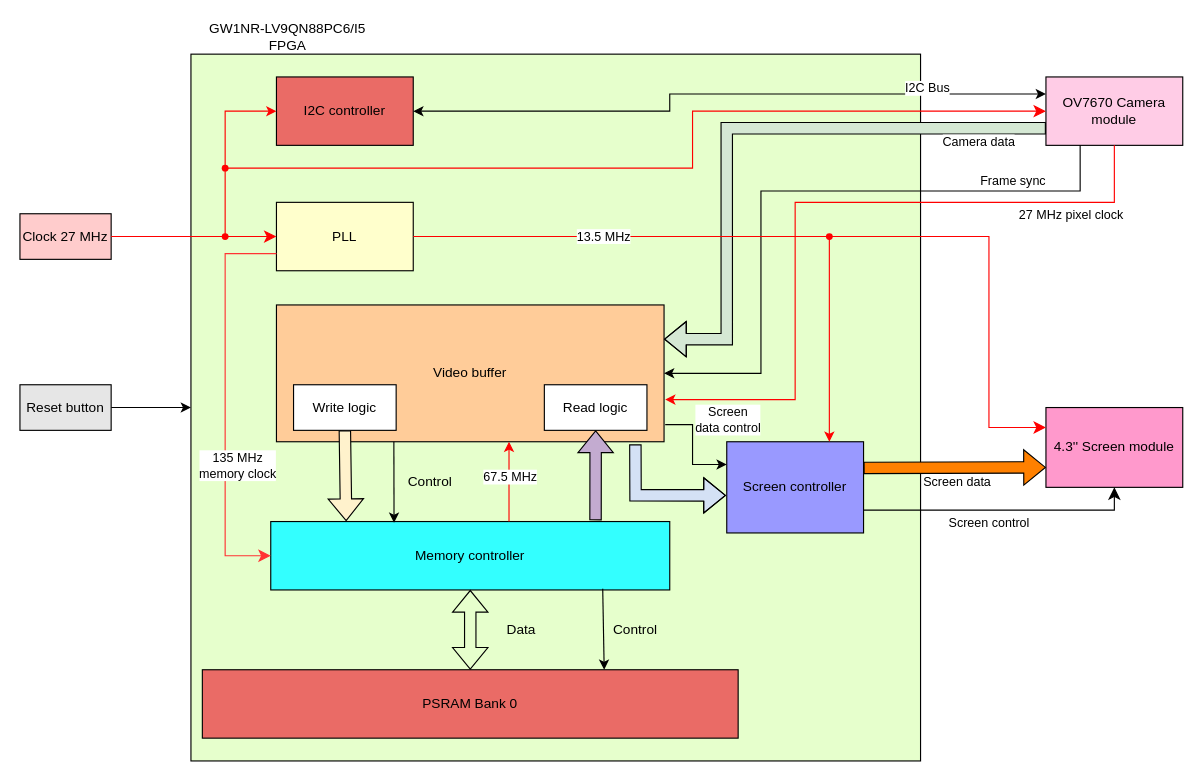
Before: doc/system_structure.drawio in phoenix367/tang_nano_9K_ov7670, a draw.io diagram. Source tidied: cells renumbered, new cells numbered last; positions are measured from the earlier drawing's top-left corner, leaving out a move shared by most shapes. Both pictures are drawn from the tidied source at 114%, with x=0, y=0 at pixel (19, 19).
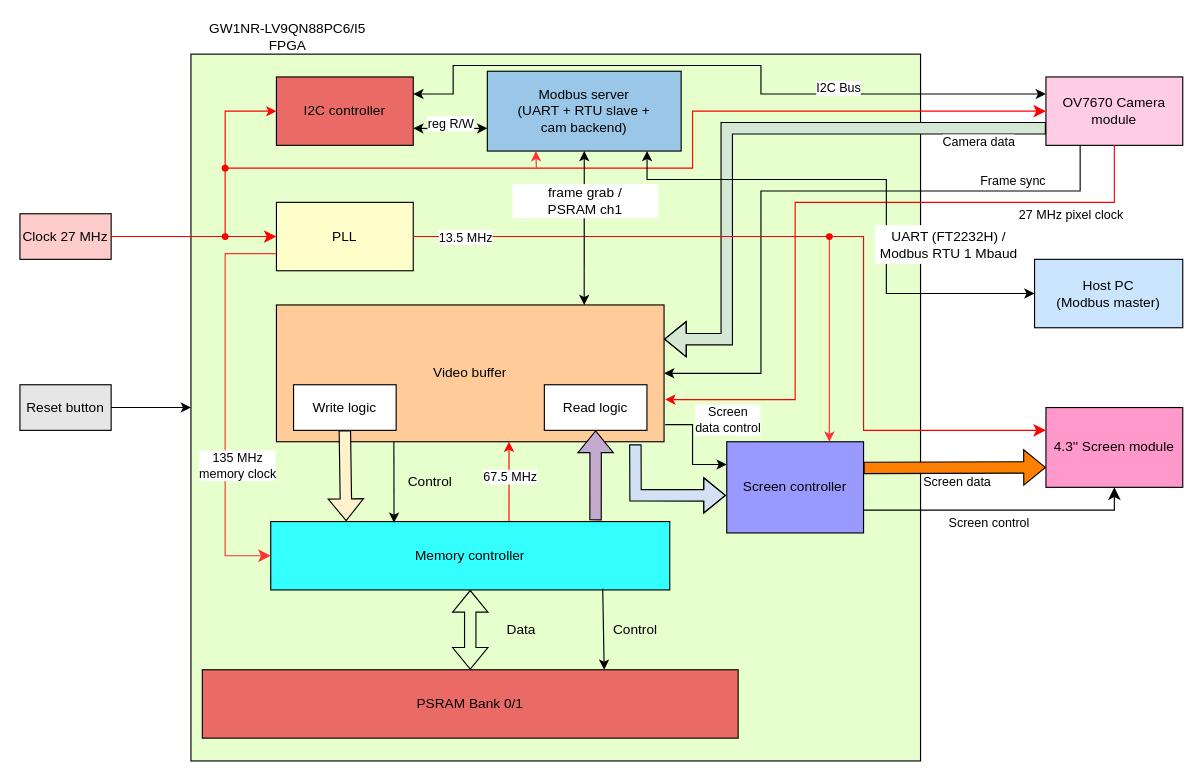
The same diagram, later.

The change refers to these unchanged cells:
```xml
<mxCell id="5" value="I2C controller" style="rounded=0;whiteSpace=wrap;html=1;fillColor=#EA6B66;" parent="1" vertex="1">
  <mxGeometry x="225" y="50" width="120" height="60" as="geometry" />
</mxCell>
<mxCell id="7" value="Video buffer" style="rounded=0;whiteSpace=wrap;html=1;fillColor=#FFCC99;" parent="1" vertex="1">
  <mxGeometry x="225" y="250" width="340" height="120" as="geometry" />
</mxCell>
<mxCell id="12" value="PLL" style="rounded=0;whiteSpace=wrap;html=1;fillColor=#FFFFCC;" parent="1" vertex="1">
  <mxGeometry x="225" y="160" width="120" height="60" as="geometry" />
</mxCell>
<mxCell id="26" value="OV7670 Camera module" style="rounded=0;whiteSpace=wrap;html=1;fillColor=#FFCCE6;" parent="1" vertex="1">
  <mxGeometry x="900" y="50" width="120" height="60" as="geometry" />
</mxCell>
<mxCell id="27" value="4.3'' Screen module" style="rounded=0;whiteSpace=wrap;html=1;fillColor=#FF99CC;" parent="1" vertex="1">
  <mxGeometry x="900" y="340" width="120" height="70" as="geometry" />
</mxCell>
<mxCell id="44" value="Screen controller" style="rounded=0;whiteSpace=wrap;html=1;fillColor=#9999FF;" parent="1" vertex="1">
  <mxGeometry x="620" y="370" width="120" height="80" as="geometry" />
</mxCell>
```

Diff of the diagram source:
```diff
@@
-    <mxCell id="6" value="PSRAM Bank 0" style="rounded=0;whiteSpace=wrap;html=1;fillColor=#EA6B66;" parent="1" vertex="1">
+    <mxCell id="6" value="PSRAM Bank 0/1" style="rounded=0;whiteSpace=wrap;html=1;fillColor=#EA6B66;" parent="1" vertex="1">
       <mxGeometry x="160" y="570" width="470" height="60" as="geometry" />
     </mxCell>
@@
-    <mxCell id="28" style="endArrow=classic;startArrow=classic;html=1;rounded=0;exitX=1;exitY=0.5;exitDx=0;exitDy=0;entryX=0;entryY=0.25;entryDx=0;entryDy=0;" parent="1" edge="1" source="5" target="26">
+    <mxCell id="28" style="endArrow=classic;startArrow=classic;html=1;rounded=0;exitX=1;exitY=0.25;exitDx=0;exitDy=0;entryX=0;entryY=0.25;entryDx=0;entryDy=0;" parent="1" edge="1" source="5" target="26">
       <mxGeometry relative="1" as="geometry">
         <Array as="points">
-          <mxPoint x="570" y="80" />
-          <mxPoint x="570" y="65" />
+          <mxPoint x="380" y="65" />
+          <mxPoint x="380" y="40" />
+          <mxPoint x="650" y="40" />
           <mxPoint x="650" y="65" />
         </Array>
       </mxGeometry>
     </mxCell>
     <mxCell id="29" value="I2C Bus" style="edgeLabel;html=1;align=center;verticalAlign=middle;" parent="28" vertex="1">
       <mxGeometry x="0.8" y="3" relative="1" as="geometry">
-        <mxPoint x="-48" y="-2" as="offset" />
+        <mxPoint x="-123" y="-2" as="offset" />
       </mxGeometry>
     </mxCell>
@@
-    <mxCell id="33" style="edgeStyle=elbowEdgeStyle;elbow=horizontal;endArrow=classic;html=1;curved=0;rounded=0;endSize=8;startSize=8;exitDx=0;exitDy=0;entryX=0;entryY=0.25;entryDx=0;entryDy=0;strokeColor=#FF0000;" parent="1" edge="1" source="51" target="27">
+    <mxCell id="33" style="edgeStyle=elbowEdgeStyle;elbow=horizontal;endArrow=classic;html=1;curved=0;rounded=0;endSize=8;startSize=8;exitDx=0;exitDy=0;entryX=0;entryY=0.25;entryDx=0;entryDy=0;strokeColor=#FF0000;" parent="1" edge="1">
       <mxGeometry relative="1" as="geometry">
+        <mxPoint x="710" y="190" as="sourcePoint" />
+        <mxPoint x="900" y="360" as="targetPoint" />
         <Array as="points">
-          <mxPoint x="850" y="260" />
+          <mxPoint x="740" y="282.5" />
         </Array>
       </mxGeometry>
     </mxCell>
@@
-    <mxCell id="48" style="endArrow=classic;html=1;rounded=0;entryX=0.75;entryY=0;entryDx=0;entryDy=0;strokeColor=#FF0000;" parent="1" edge="1" target="44">
-      <mxGeometry relative="1" as="geometry">
-        <mxPoint x="710" y="190" as="sourcePoint" />
-      </mxGeometry>
-    </mxCell>
-    <mxCell id="49" style="edgeStyle=elbowEdgeStyle;elbow=horizontal;endArrow=none;html=1;curved=0;rounded=0;endSize=8;startSize=8;exitX=1;exitY=0.5;exitDx=0;exitDy=0;entryDx=0;entryDy=0;strokeColor=#FF0000;" parent="1" edge="1" source="12" target="51">
-      <mxGeometry relative="1" as="geometry" />
+    <mxCell id="49" style="edgeStyle=elbowEdgeStyle;elbow=horizontal;endArrow=none;html=1;curved=0;rounded=0;endSize=8;startSize=8;exitX=1;exitY=0.5;exitDx=0;exitDy=0;entryDx=0;entryDy=0;strokeColor=#FF0000;" parent="1" edge="1" source="12">
+      <mxGeometry relative="1" as="geometry">
+        <mxPoint x="710" y="190" as="targetPoint" />
+      </mxGeometry>
     </mxCell>
     <mxCell id="50" value="13.5 MHz" style="edgeLabel;html=1;align=center;verticalAlign=middle;" parent="49" vertex="1">
-      <mxGeometry x="-0.09" y="1" relative="1" as="geometry" />
+      <mxGeometry x="-0.09" y="1" relative="1" as="geometry">
+        <mxPoint x="-121" y="1" as="offset" />
+      </mxGeometry>
     </mxCell>
-    <mxCell id="51" style="shape=waypoint;sketch=0;fillStyle=solid;size=6;points=[];fillColor=none;perimeter=centerPerimeter;snapToPoint=1;strokeColor=#FF0000;" parent="1" vertex="1">
-      <mxGeometry x="700" y="180" width="20" height="20" as="geometry" />
-    </mxCell>
@@
+    <mxCell id="56" value="Modbus server&lt;br&gt;(UART + RTU slave +&lt;br&gt;cam backend)" style="rounded=0;whiteSpace=wrap;html=1;fillColor=#9AC7E8;" parent="1" vertex="1">
+      <mxGeometry x="410" y="45" width="170" height="70" as="geometry" />
+    </mxCell>
+    <mxCell id="57" value="Host PC&lt;br&gt;(Modbus master)" style="rounded=0;whiteSpace=wrap;html=1;fillColor=#CCE5FF;" parent="1" vertex="1">
+      <mxGeometry x="890" y="210" width="130" height="60" as="geometry" />
+    </mxCell>
+    <mxCell id="58" style="edgeStyle=orthogonalEdgeStyle;rounded=0;html=1;endArrow=classic;startArrow=classic;entryX=0;entryY=0.5;entryDx=0;entryDy=0;exitX=0.824;exitY=1;exitDx=0;exitDy=0;exitPerimeter=0;" parent="1" edge="1" source="56" target="57">
+      <mxGeometry relative="1" as="geometry">
+        <Array as="points">
+          <mxPoint x="550" y="140" />
+          <mxPoint x="760" y="140" />
+          <mxPoint x="760" y="240" />
+        </Array>
+      </mxGeometry>
+    </mxCell>
+    <mxCell id="59" value="UART (FT2232H) /&lt;br&gt;Modbus RTU 1 Mbaud" style="text;html=1;align=center;verticalAlign=middle;whiteSpace=wrap;rounded=0;fillColor=#FFFFFF;strokeColor=none;" parent="1" vertex="1">
+      <mxGeometry x="750" y="180" width="130" height="34" as="geometry" />
+    </mxCell>
+    <mxCell id="60" style="edgeStyle=orthogonalEdgeStyle;rounded=0;html=1;endArrow=classic;startArrow=classic;entryX=1;entryY=0.75;entryDx=0;entryDy=0;" parent="1" edge="1" target="5">
+      <mxGeometry relative="1" as="geometry">
+        <mxPoint x="410" y="95" as="sourcePoint" />
+      </mxGeometry>
+    </mxCell>
+    <mxCell id="61" value="reg R/W" style="edgeLabel;html=1;align=center;verticalAlign=middle;fillColor=#FFFFFF;labelBackgroundColor=#FFFFFF;" parent="60" vertex="1">
+      <mxGeometry relative="1" as="geometry">
+        <mxPoint y="-5" as="offset" />
+      </mxGeometry>
+    </mxCell>
+    <mxCell id="62" style="edgeStyle=orthogonalEdgeStyle;rounded=0;html=1;endArrow=classic;startArrow=classic;exitX=0.5;exitY=1;exitDx=0;exitDy=0;entryX=0.794;entryY=0;entryDx=0;entryDy=0;" parent="1" edge="1" source="56" target="7">
+      <mxGeometry relative="1" as="geometry" />
+    </mxCell>
+    <mxCell id="63" value="frame grab /&lt;br&gt;PSRAM ch1" style="text;html=1;align=center;verticalAlign=middle;whiteSpace=wrap;rounded=0;fillColor=#FFFFFF;strokeColor=none;" parent="1" vertex="1">
+      <mxGeometry x="432" y="144" width="128" height="30" as="geometry" />
+    </mxCell>
+    <mxCell id="64" style="endArrow=classic;html=1;rounded=0;entryX=0.75;entryY=0;entryDx=0;entryDy=0;strokeColor=#FF3333;" parent="1" edge="1" source="51" target="44">
+      <mxGeometry relative="1" as="geometry" />
+    </mxCell>
+    <mxCell id="65" style="endArrow=classic;html=1;rounded=0;entryDx=0;entryDy=0;strokeColor=#FF3333;" parent="1" edge="1" target="51">
+      <mxGeometry relative="1" as="geometry">
+        <mxPoint x="710" y="190" as="sourcePoint" />
+      </mxGeometry>
+    </mxCell>
+    <mxCell id="51" style="shape=waypoint;sketch=0;fillStyle=solid;size=6;points=[];fillColor=none;perimeter=centerPerimeter;snapToPoint=1;strokeColor=#FF0000;" parent="1" vertex="1">
+      <mxGeometry x="700" y="180" width="20" height="20" as="geometry" />
+    </mxCell>
+    <mxCell id="66" style="endArrow=classic;html=1;rounded=0;entryX=0.25;entryY=1;entryDx=0;entryDy=0;strokeColor=#FF3333;" parent="1" edge="1" target="56">
+      <mxGeometry relative="1" as="geometry">
+        <mxPoint x="453" y="130" as="sourcePoint" />
+      </mxGeometry>
+    </mxCell>
```
